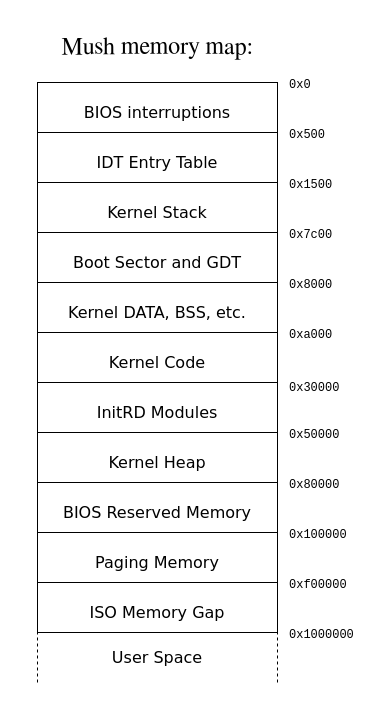
Above: docs/assets/memory_map.drawio in pseusys/MushOS (draw.io), before the change. Source tidied: cells renumbered, new cells numbered last; positions are measured from the earlier drawing's top-left corner, leaving out a move shared by most shapes. Both pictures are drawn from the tidied source at 100%, with x=0, y=0 at pixel (17, 17).
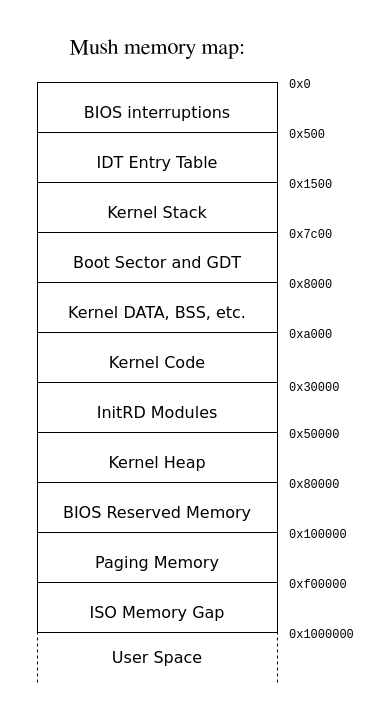
The same diagram, later.

What changed in the source:
```diff
@@
-    <mxCell id="4" value="&lt;font style=&quot;font-size: 24px;&quot;&gt;Mush memory map:&lt;/font&gt;" style="text;html=1;strokeColor=none;fillColor=none;align=center;verticalAlign=middle;whiteSpace=wrap;rounded=0;fontFamily=FreeSerif;fontSize=24;" parent="1" vertex="1">
+    <mxCell id="4" value="&lt;font style=&quot;font-size: 22px;&quot;&gt;Mush memory map:&lt;/font&gt;" style="text;html=1;strokeColor=none;fillColor=none;align=center;verticalAlign=middle;whiteSpace=wrap;rounded=0;fontFamily=FreeSerif;fontSize=22;" parent="1" vertex="1">
       <mxGeometry x="20" y="15" width="240" height="30" as="geometry" />
     </mxCell>
```
